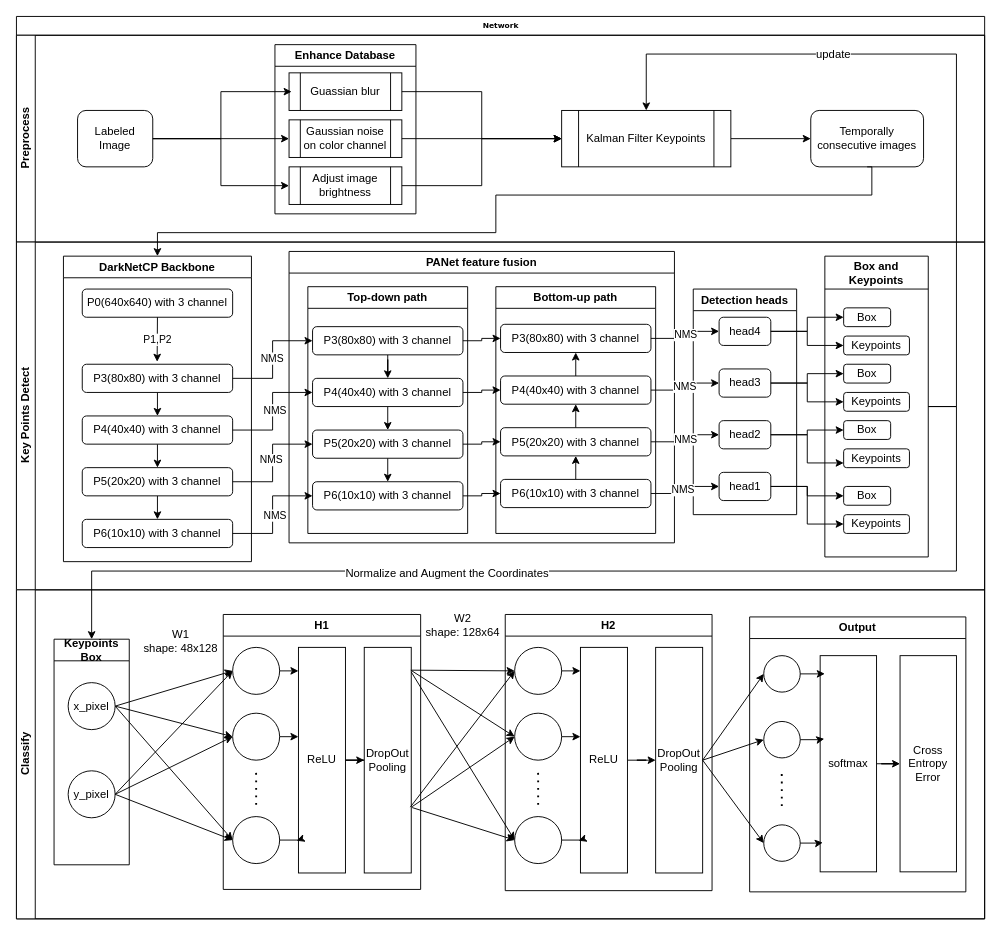
Above: NetDesign.drawio in onemotre/HumanPoseClassify (draw.io), before the change. Source tidied: cells renumbered, new cells numbered last; positions are measured from the earlier drawing's top-left corner, leaving out a move shared by most shapes. Both pictures are drawn from the tidied source at 94%, with x=0, y=0 at pixel (16, 16).
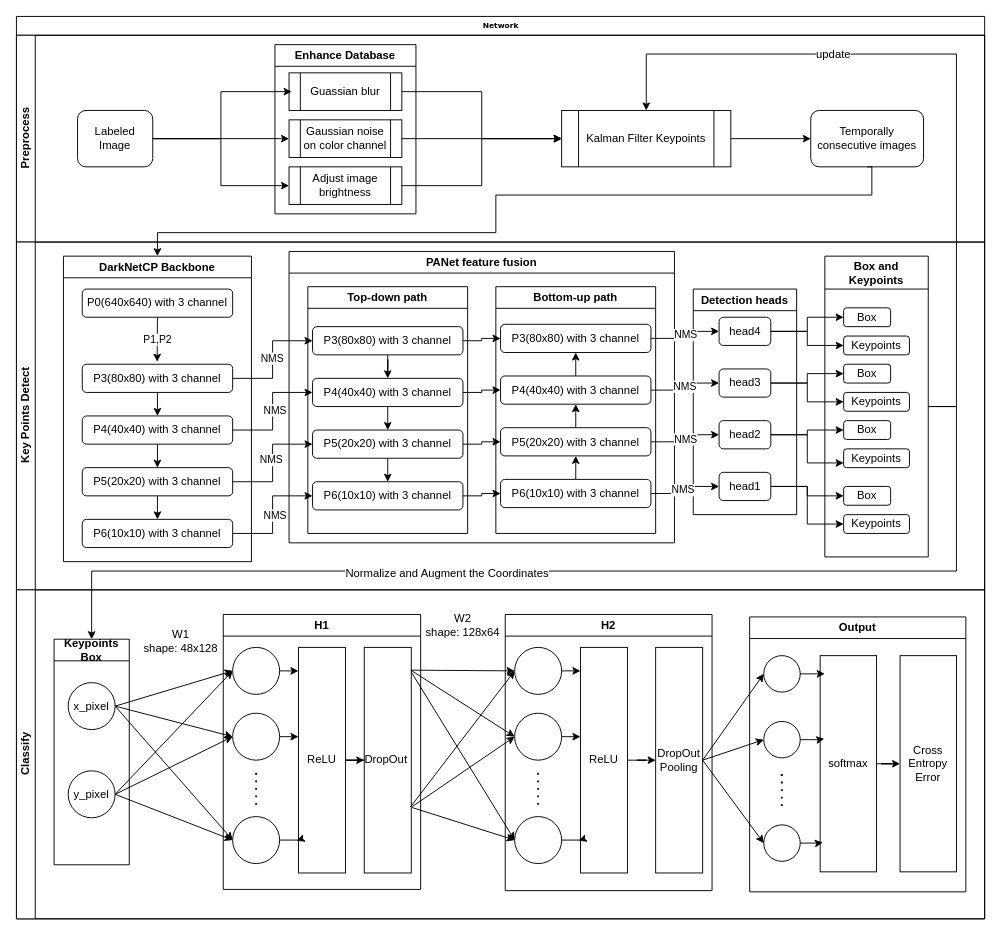
The same diagram, later.

The change refers to these unchanged cells:
```xml
<mxCell id="91" value="&lt;div&gt;H1&lt;/div&gt;" style="swimlane;whiteSpace=wrap;html=1;" parent="90" vertex="1">
  <mxGeometry x="220" y="26.2" width="210" height="292.5" as="geometry" />
</mxCell>
```

The edit, as a diff of the source:
```diff
@@
-    <mxCell id="101" value="&lt;div&gt;DropOut Pooling&lt;br&gt;&lt;/div&gt;" style="rounded=0;whiteSpace=wrap;html=1;" parent="91" vertex="1">
+    <mxCell id="101" value="&lt;div&gt;DropOut&amp;nbsp;&lt;br&gt;&lt;/div&gt;" style="rounded=0;whiteSpace=wrap;html=1;" parent="91" vertex="1">
       <mxGeometry x="150" y="35" width="50" height="240" as="geometry" />
     </mxCell>
```
